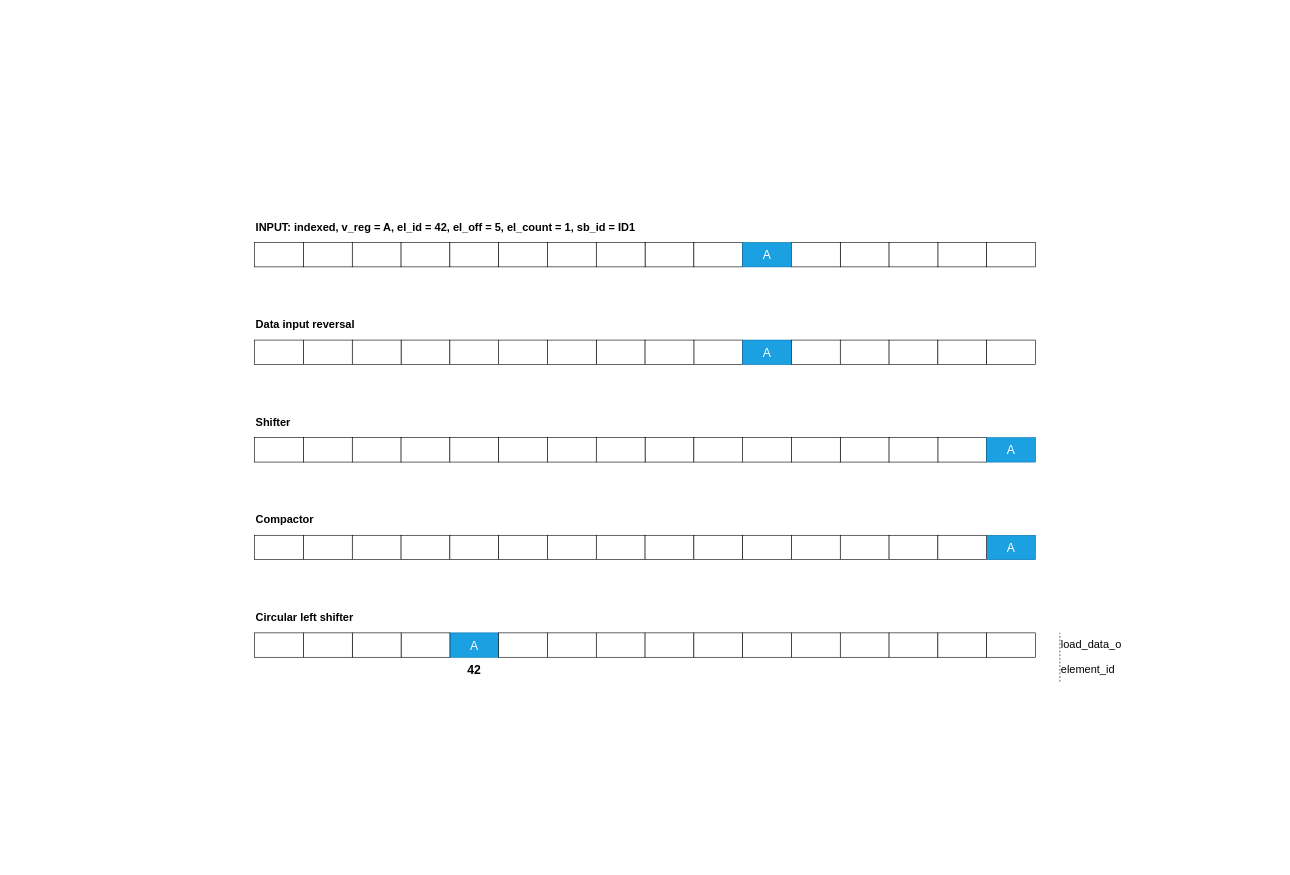
This is Chapter_2/src/lmu-indexed.drawio from gugliver/tesi_magistrale, a draw.io file, before an edit. Source tidied: cells renumbered, new cells numbered last; positions are measured from the earlier drawing's top-left corner, leaving out a move shared by most shapes. Both pictures are drawn from the tidied source at 61%, with x=0, y=0 at pixel (10, 10).
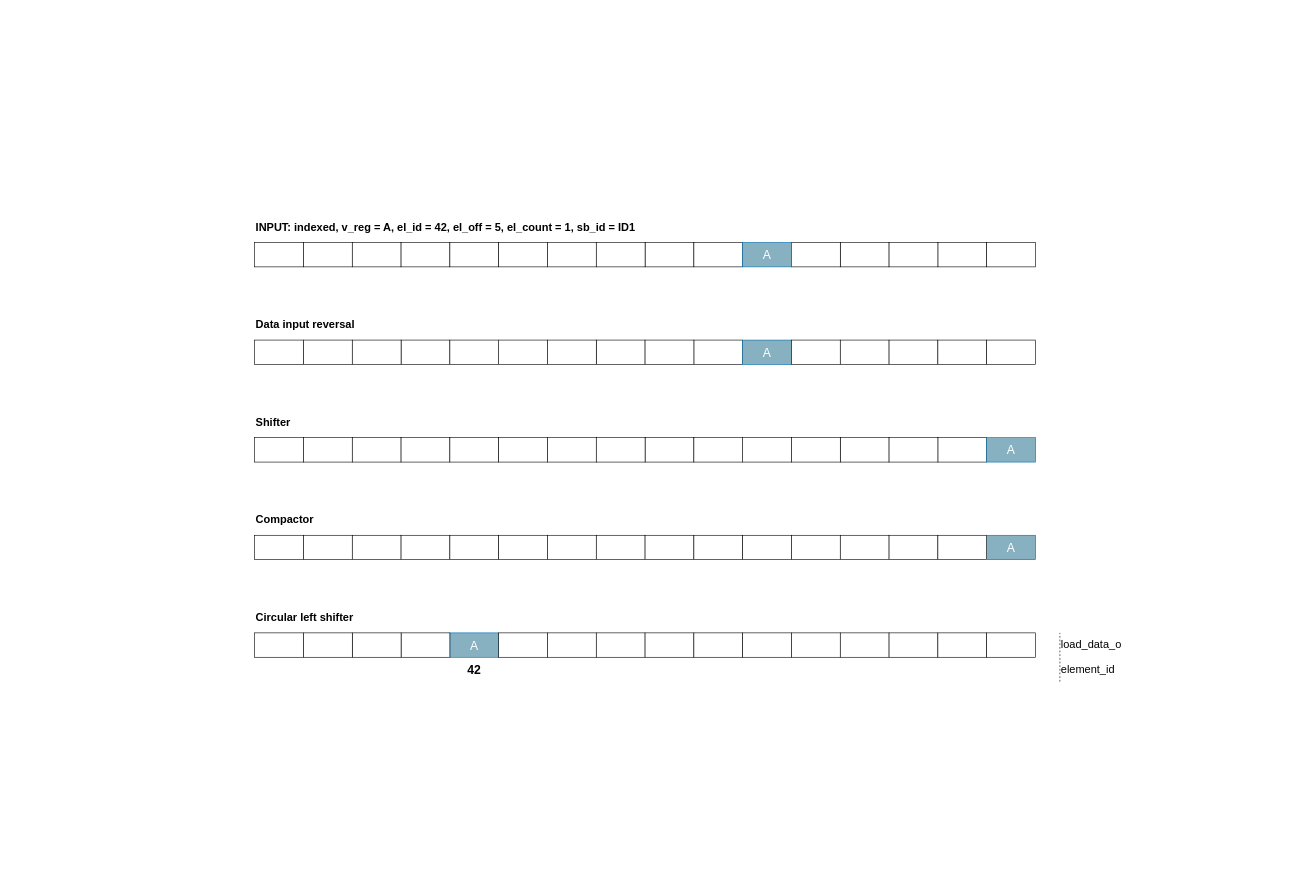
Above is the later version.

Diff of the diagram source:
```diff
@@
-    <mxCell id="16" style="rounded=0;whiteSpace=wrap;html=1;fillColor=#1ba1e2;strokeColor=#006EAF;fontColor=#ffffff;" parent="1" vertex="1">
+    <mxCell id="16" style="rounded=0;whiteSpace=wrap;html=1;fillColor=#87B0C0;strokeColor=#006EAF;fontColor=#ffffff;" parent="1" vertex="1">
       <mxGeometry x="1200" y="540" width="80" height="40" as="geometry" />
     </mxCell>
@@
-    <mxCell id="32" style="rounded=0;whiteSpace=wrap;html=1;fillColor=#1ba1e2;strokeColor=#006EAF;fontColor=#ffffff;" parent="1" vertex="1">
+    <mxCell id="32" style="rounded=0;whiteSpace=wrap;html=1;fillColor=#87B0C0;strokeColor=#006EAF;fontColor=#ffffff;" parent="1" vertex="1">
       <mxGeometry x="1600" y="700" width="80" height="40" as="geometry" />
     </mxCell>
@@
-    <mxCell id="43" style="rounded=0;whiteSpace=wrap;html=1;fillColor=#1ba1e2;strokeColor=#006EAF;fontColor=#ffffff;" parent="1" vertex="1">
+    <mxCell id="43" style="rounded=0;whiteSpace=wrap;html=1;fillColor=#87B0C0;strokeColor=#006EAF;fontColor=#ffffff;" parent="1" vertex="1">
       <mxGeometry x="1600" y="860" width="80" height="40" as="geometry" />
     </mxCell>
-    <mxCell id="44" style="rounded=0;whiteSpace=wrap;html=1;fillColor=#1ba1e2;strokeColor=#006EAF;fontColor=#ffffff;" parent="1" vertex="1">
+    <mxCell id="44" style="rounded=0;whiteSpace=wrap;html=1;fillColor=#87B0C0;strokeColor=#006EAF;fontColor=#ffffff;" parent="1" vertex="1">
       <mxGeometry x="720" y="1020" width="80" height="40" as="geometry" />
     </mxCell>
@@
-    <mxCell id="79" style="rounded=0;whiteSpace=wrap;html=1;fillColor=#1ba1e2;strokeColor=#006EAF;fontColor=#ffffff;" parent="1" vertex="1">
+    <mxCell id="79" style="rounded=0;whiteSpace=wrap;html=1;fillColor=#87B0C0;strokeColor=#006EAF;fontColor=#ffffff;" parent="1" vertex="1">
       <mxGeometry x="1200" y="380" width="80" height="40" as="geometry" />
     </mxCell>
```
